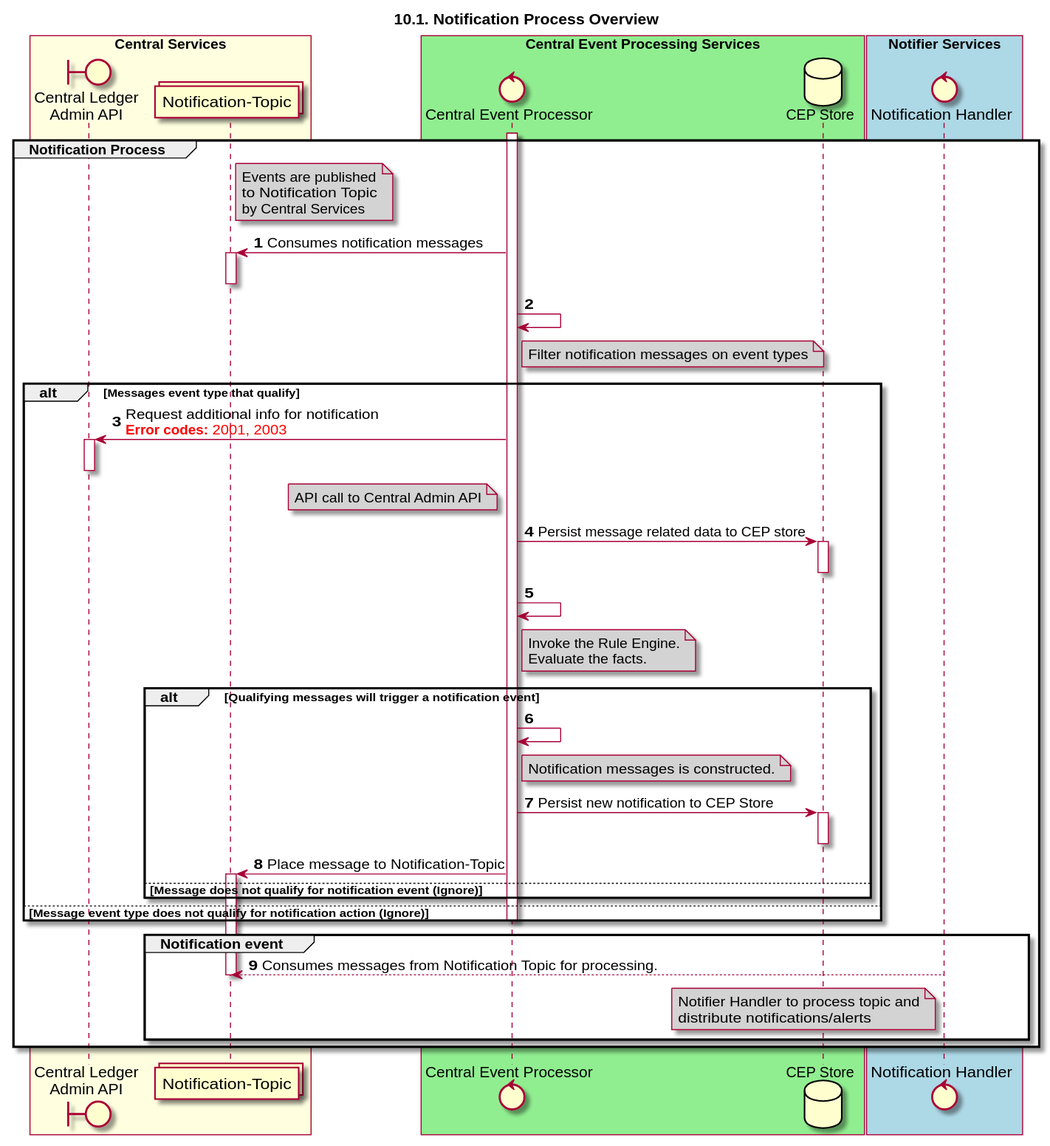
The PlantUML diagram docs/sequenceDiagrams/seq-cep-10.1-processes-overview.svg in mojaloop/central-event-processor, before a commit. Source of this version:
```plantuml
@startuml
title 10.1. Notification Process Overview
autonumber

boundary "Central Ledger\nAdmin API" as CLAPI
control "Central Event Processor" as CEP
control "Notification Handler" as NOTIFIER
collections "Notification-Topic" as topicNotify
database "CEP Store" as DB

box "Central Services" #LightYellow
participant CLAPI
participant topicNotify
end box
box "Central Event Processing Services" #LightGreen
participant CEP
participant DB
end box
box "Notifier Services" #LightBlue
participant NOTIFIER
end box

group Notification Process
    activate CEP
    note right of topicNotify #LightGrey
        Events are published
        to Notification Topic
        by Central Services
    end note
    topicNotify <- CEP: Consumes notification messages
    activate topicNotify
    deactivate topicNotify
    CEP -> CEP
    note right of CEP #LightGrey
        Filter notification messages on event types
    end note

    alt Messages event type that qualify
        CEP -> CLAPI: Request additional info for notification\n<color #FF0000><b>Error codes:</b> 2001, 2003 </color>
        activate CLAPI
        note left of CEP #LightGrey
            API call to Central Admin API
        end note
        deactivate CLAPI
        CEP -> DB: Persist message related data to CEP store
        activate DB
        deactivate DB
        CEP -> CEP
        note right of CEP #LightGrey
            Invoke the Rule Engine.
            Evaluate the facts.
        end note

        alt Qualifying messages will trigger a notification event
            CEP -> CEP
            note right of CEP #LightGrey
                Notification messages is constructed.
            end note
            CEP -> DB: Persist new notification to CEP Store
            activate DB
            deactivate DB
            topicNotify <- CEP: Place message to Notification-Topic
            activate topicNotify
        else Message does not qualify for notification event (Ignore)
        end
    else Message event type does not qualify for notification action (Ignore)
    deactivate CEP
    end

    group Notification event
    topicNotify <-- NOTIFIER: Consumes messages from Notification Topic for processing.
    note left of NOTIFIER #LightGrey
        Notifier Handler to process topic and
        distribute notifications/alerts
    end note
            deactivate topicNotify
    end
end
@enduml
```
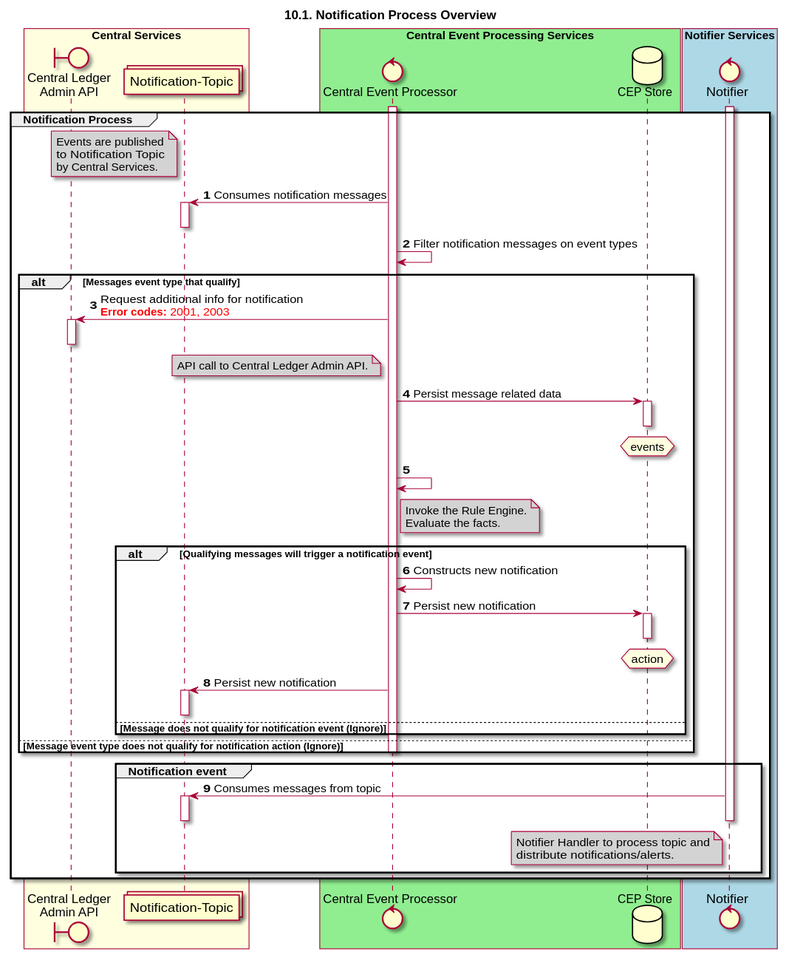
Later version of the same file.

What changed in the source:
```diff
@@ -4,7 +4,7 @@
 
 boundary "Central Ledger\nAdmin API" as CLAPI
 control "Central Event Processor" as CEP
-control "Notification Handler" as NOTIFIER
+control "Notifier" as NOTIFIER
 collections "Notification-Topic" as topicNotify
 database "CEP Store" as DB
 
@@ -22,27 +22,27 @@
 
 group Notification Process
     activate CEP
-    note right of topicNotify #LightGrey
+    activate NOTIFIER
+    note left of topicNotify #LightGrey
         Events are published
         to Notification Topic
-        by Central Services
+        by Central Services.
     end note
     topicNotify <- CEP: Consumes notification messages
     activate topicNotify
     deactivate topicNotify
-    CEP -> CEP
-    note right of CEP #LightGrey
-        Filter notification messages on event types
-    end note
-
+    CEP -> CEP: Filter notification messages on event types
     alt Messages event type that qualify
         CEP -> CLAPI: Request additional info for notification\n<color #FF0000><b>Error codes:</b> 2001, 2003 </color>
         activate CLAPI
         note left of CEP #LightGrey
-            API call to Central Admin API
+            API call to Central Ledger Admin API.
         end note
         deactivate CLAPI
-        CEP -> DB: Persist message related data to CEP store
+        CEP -> DB: Persist message related data
+        hnote over DB #LightYellow
+            events
+        end hnote
         activate DB
         deactivate DB
         CEP -> CEP
@@ -52,15 +52,16 @@
         end note
 
         alt Qualifying messages will trigger a notification event
-            CEP -> CEP
-            note right of CEP #LightGrey
-                Notification messages is constructed.
-            end note
-            CEP -> DB: Persist new notification to CEP Store
+            CEP -> CEP: Constructs new notification
+            CEP -> DB: Persist new notification
+            hnote over DB #LightYellow
+                action
+            end hnote
             activate DB
             deactivate DB
-            topicNotify <- CEP: Place message to Notification-Topic
+            topicNotify <- CEP: Persist new notification
             activate topicNotify
+            deactivate topicNotify
         else Message does not qualify for notification event (Ignore)
         end
     else Message event type does not qualify for notification action (Ignore)
@@ -68,12 +69,14 @@
     end
 
     group Notification event
-    topicNotify <-- NOTIFIER: Consumes messages from Notification Topic for processing.
+    topicNotify <- NOTIFIER: Consumes messages from topic
+    activate topicNotify
+    deactivate NOTIFIER
+    deactivate topicNotify
     note left of NOTIFIER #LightGrey
         Notifier Handler to process topic and
-        distribute notifications/alerts
+        distribute notifications/alerts.
     end note
-            deactivate topicNotify
     end
 end
 @enduml
```
